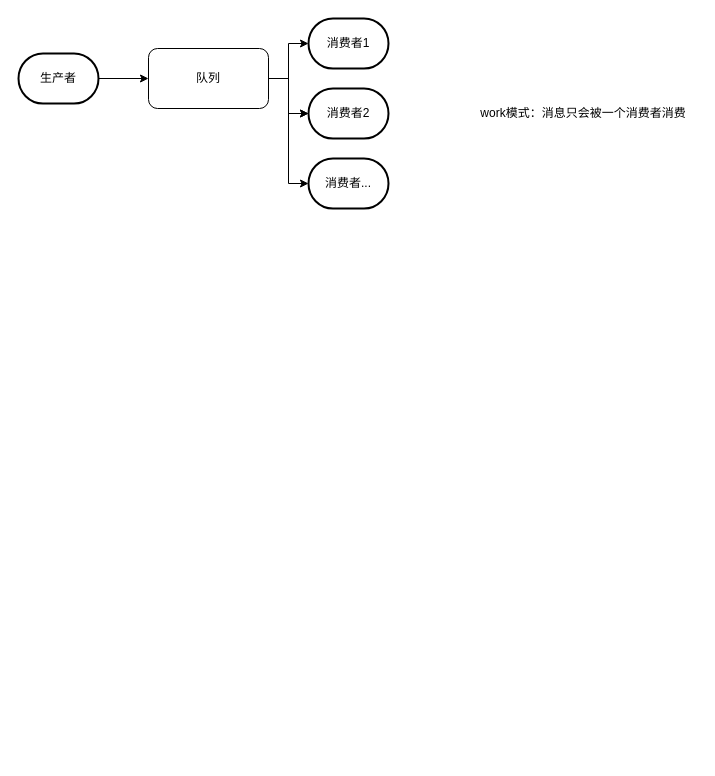
llzzrrr1997/diagrams keeps this draw.io diagram as rabbitmq.drawio. Above is the earlier version. Source tidied: cells renumbered, new cells numbered last; positions are measured from the earlier drawing's top-left corner, leaving out a move shared by most shapes. Both pictures are drawn from the tidied source at 100%, with x=0, y=0 at pixel (18, 18).
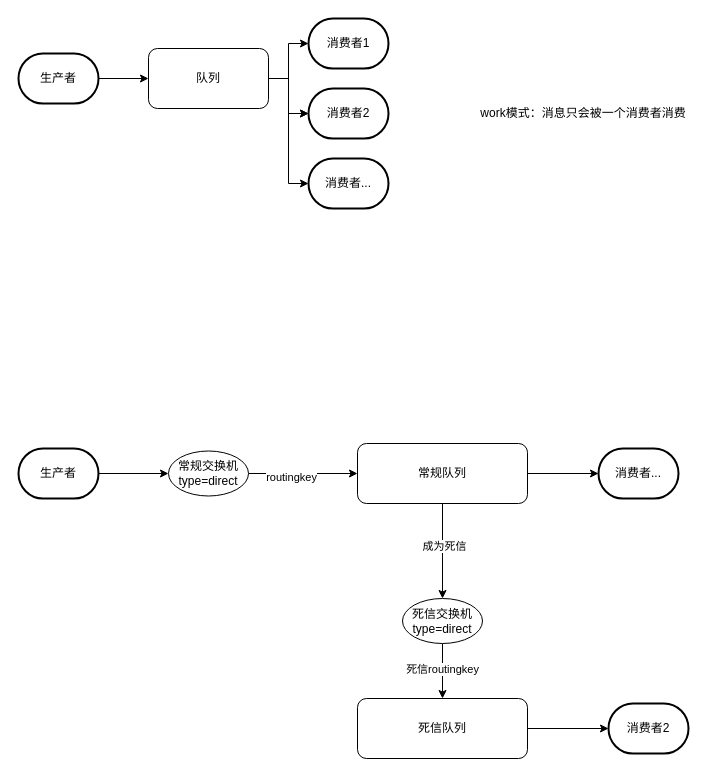
Above is the later version.

Diff of the diagram source:
```diff
@@
+    <mxCell id="13" style="edgeStyle=orthogonalEdgeStyle;rounded=0;jettySize=auto;html=1;" parent="1" edge="1" source="14" target="17">
+      <mxGeometry relative="1" as="geometry" />
+    </mxCell>
+    <mxCell id="14" value="生产者" style="strokeWidth=2;html=1;shape=mxgraph.flowchart.terminator;whiteSpace=wrap;" parent="1" vertex="1">
+      <mxGeometry y="430" width="80" height="50" as="geometry" />
+    </mxCell>
+    <mxCell id="15" style="edgeStyle=orthogonalEdgeStyle;rounded=0;jettySize=auto;html=1;" parent="1" edge="1" source="17" target="21">
+      <mxGeometry relative="1" as="geometry" />
+    </mxCell>
+    <mxCell id="16" value="routingkey" style="edgeLabel;html=1;align=center;verticalAlign=middle;" parent="15" vertex="1">
+      <mxGeometry x="-0.23" y="-3" relative="1" as="geometry" />
+    </mxCell>
+    <mxCell id="17" value="常规交换机&lt;br&gt;type=direct" style="ellipse;whiteSpace=wrap;html=1;" parent="1" vertex="1">
+      <mxGeometry x="150" y="432.5" width="80" height="45" as="geometry" />
+    </mxCell>
+    <mxCell id="18" style="edgeStyle=orthogonalEdgeStyle;rounded=0;jettySize=auto;html=1;" parent="1" edge="1" source="21" target="22">
+      <mxGeometry relative="1" as="geometry" />
+    </mxCell>
+    <mxCell id="19" style="edgeStyle=orthogonalEdgeStyle;rounded=0;jettySize=auto;html=1;" parent="1" edge="1" source="21" target="25">
+      <mxGeometry relative="1" as="geometry" />
+    </mxCell>
+    <mxCell id="20" value="成为死信" style="edgeLabel;html=1;align=center;verticalAlign=middle;" parent="19" vertex="1">
+      <mxGeometry x="-0.12" y="1" relative="1" as="geometry" />
+    </mxCell>
+    <mxCell id="21" value="常规队列" style="rounded=1;whiteSpace=wrap;html=1;" parent="1" vertex="1">
+      <mxGeometry x="339" y="425" width="170" height="60" as="geometry" />
+    </mxCell>
+    <mxCell id="22" value="消费者..." style="strokeWidth=2;html=1;shape=mxgraph.flowchart.terminator;whiteSpace=wrap;" parent="1" vertex="1">
+      <mxGeometry x="580" y="430" width="80" height="50" as="geometry" />
+    </mxCell>
+    <mxCell id="23" style="edgeStyle=orthogonalEdgeStyle;rounded=0;jettySize=auto;html=1;" parent="1" edge="1" source="25" target="27">
+      <mxGeometry relative="1" as="geometry">
+        <Array as="points">
+          <mxPoint x="424" y="650" />
+          <mxPoint x="424" y="650" />
+        </Array>
+      </mxGeometry>
+    </mxCell>
+    <mxCell id="24" value="死信routingkey" style="edgeLabel;html=1;align=center;verticalAlign=middle;" parent="23" vertex="1">
+      <mxGeometry x="-0.09" y="-1" relative="1" as="geometry" />
+    </mxCell>
+    <mxCell id="25" value="死信交换机&lt;br&gt;type=direct" style="ellipse;whiteSpace=wrap;html=1;" parent="1" vertex="1">
+      <mxGeometry x="384" y="580" width="80" height="45" as="geometry" />
+    </mxCell>
+    <mxCell id="26" style="edgeStyle=orthogonalEdgeStyle;rounded=0;jettySize=auto;html=1;" parent="1" edge="1" source="27" target="28">
+      <mxGeometry relative="1" as="geometry" />
+    </mxCell>
+    <mxCell id="27" value="死信队列" style="rounded=1;whiteSpace=wrap;html=1;" parent="1" vertex="1">
+      <mxGeometry x="339" y="680" width="170" height="60" as="geometry" />
+    </mxCell>
+    <mxCell id="28" value="消费者2" style="strokeWidth=2;html=1;shape=mxgraph.flowchart.terminator;whiteSpace=wrap;" parent="1" vertex="1">
+      <mxGeometry x="590" y="685" width="80" height="50" as="geometry" />
+    </mxCell>
```
